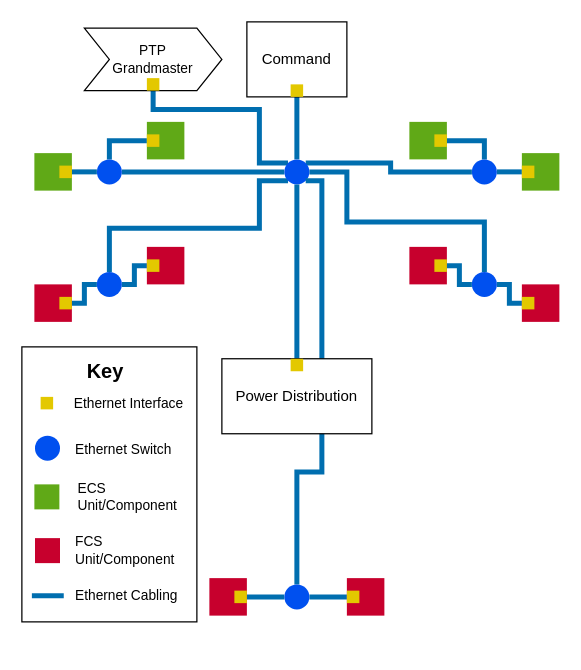
This is src/tsn_routing.drawio from Laura7089/hint-assessment1, a draw.io file, before an edit. Source tidied: cells renumbered, new cells numbered last; positions are measured from the earlier drawing's top-left corner, leaving out a move shared by most shapes. Both pictures are drawn from the tidied source at 125%, with x=0, y=0 at pixel (21, 21).
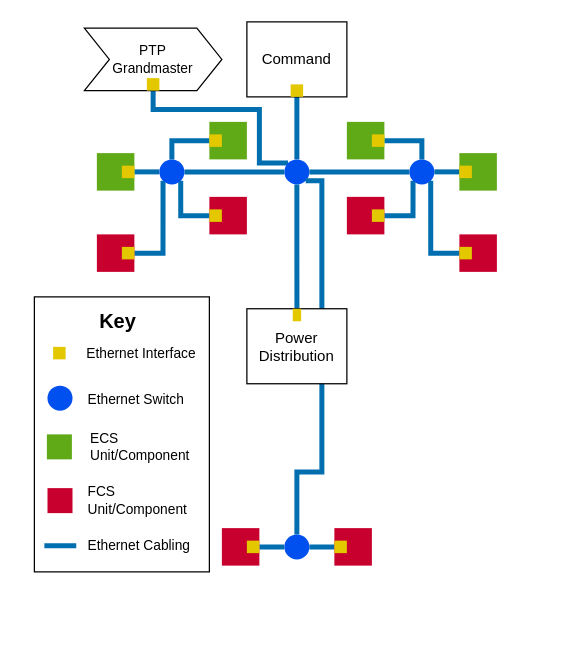
After the change.

The change refers to these unchanged cells:
```xml
<mxCell id="22" style="ellipse;whiteSpace=wrap;html=1;fillColor=#0050ef;fontColor=#ffffff;strokeColor=none;" parent="1" vertex="1">
  <mxGeometry x="210" y="110" width="20" height="20" as="geometry" />
</mxCell>
<mxCell id="67" style="whiteSpace=wrap;html=1;fontFamily=Helvetica;fontSize=11;fontColor=#000000;fillColor=#e3c800;strokeColor=none;" parent="65" vertex="1">
  <mxGeometry x="20" y="10" width="10" height="10" as="geometry" />
</mxCell>
<mxCell id="70" style="whiteSpace=wrap;html=1;fontFamily=Helvetica;fontSize=11;fontColor=#000000;fillColor=#e3c800;strokeColor=none;" parent="68" vertex="1">
  <mxGeometry y="10" width="10" height="10" as="geometry" />
</mxCell>
<mxCell id="72" style="whiteSpace=wrap;html=1;fillColor=#C7002D;fontColor=#ffffff;strokeColor=none;" parent="71" vertex="1">
  <mxGeometry width="30" height="30" as="geometry" />
</mxCell>
<mxCell id="75" style="whiteSpace=wrap;html=1;fillColor=#C7002D;fontColor=#ffffff;strokeColor=none;" parent="74" vertex="1">
  <mxGeometry width="30" height="30" as="geometry" />
</mxCell>
```

Diff of the diagram source:
```diff
@@
-    <mxCell id="2" style="edgeStyle=orthogonalEdgeStyle;shape=connector;rounded=0;jettySize=auto;html=1;entryX=1;entryY=0.5;entryDx=0;entryDy=0;labelBackgroundColor=default;strokeColor=#006EAF;strokeWidth=4;align=center;verticalAlign=middle;fontFamily=Helvetica;fontSize=11;fontColor=default;endArrow=none;endFill=0;fillColor=#1ba1e2;exitX=0;exitY=0.5;exitDx=0;exitDy=0;" parent="1" edge="1" source="72" target="19">
+    <mxCell id="2" style="edgeStyle=orthogonalEdgeStyle;shape=connector;rounded=0;jettySize=auto;html=1;entryX=1;entryY=1;entryDx=0;entryDy=0;labelBackgroundColor=default;strokeColor=#006EAF;strokeWidth=4;align=center;verticalAlign=middle;fontFamily=Helvetica;fontSize=11;fontColor=default;endArrow=none;endFill=0;fillColor=#1ba1e2;exitX=0;exitY=0.5;exitDx=0;exitDy=0;" parent="1" edge="1" source="72" target="17">
       <mxGeometry relative="1" as="geometry">
         <Array as="points">
-          <mxPoint x="390" y="225" />
-          <mxPoint x="390" y="210" />
+          <mxPoint x="327" y="185" />
         </Array>
       </mxGeometry>
     </mxCell>
-    <mxCell id="3" style="edgeStyle=orthogonalEdgeStyle;shape=connector;rounded=0;jettySize=auto;html=1;exitX=1;exitY=0.5;exitDx=0;exitDy=0;entryX=0;entryY=0.5;entryDx=0;entryDy=0;labelBackgroundColor=default;strokeColor=#006EAF;strokeWidth=4;align=center;verticalAlign=middle;fontFamily=Helvetica;fontSize=11;fontColor=default;endArrow=none;endFill=0;fillColor=#1ba1e2;" parent="1" edge="1" source="67" target="11">
+    <mxCell id="3" style="edgeStyle=orthogonalEdgeStyle;shape=connector;rounded=0;jettySize=auto;html=1;exitX=1;exitY=0.5;exitDx=0;exitDy=0;entryX=0;entryY=1;entryDx=0;entryDy=0;labelBackgroundColor=default;strokeColor=#006EAF;strokeWidth=4;align=center;verticalAlign=middle;fontFamily=Helvetica;fontSize=11;fontColor=default;endArrow=none;endFill=0;fillColor=#1ba1e2;" parent="1" edge="1" source="67" target="14">
       <mxGeometry relative="1" as="geometry">
         <Array as="points">
-          <mxPoint x="50" y="225" />
-          <mxPoint x="50" y="210" />
+          <mxPoint x="113" y="185" />
         </Array>
       </mxGeometry>
     </mxCell>
-    <mxCell id="4" style="edgeStyle=orthogonalEdgeStyle;shape=connector;rounded=0;jettySize=auto;html=1;exitX=0;exitY=0.5;exitDx=0;exitDy=0;entryX=1;entryY=0.5;entryDx=0;entryDy=0;labelBackgroundColor=default;strokeColor=#006EAF;strokeWidth=4;align=center;verticalAlign=middle;fontFamily=Helvetica;fontSize=11;fontColor=default;endArrow=none;endFill=0;fillColor=#1ba1e2;" parent="1" edge="1" source="70" target="11">
+    <mxCell id="4" style="edgeStyle=orthogonalEdgeStyle;shape=connector;rounded=0;jettySize=auto;html=1;exitX=0;exitY=0.5;exitDx=0;exitDy=0;entryX=1;entryY=1;entryDx=0;entryDy=0;labelBackgroundColor=default;strokeColor=#006EAF;strokeWidth=4;align=center;verticalAlign=middle;fontFamily=Helvetica;fontSize=11;fontColor=default;endArrow=none;endFill=0;fillColor=#1ba1e2;" parent="1" edge="1" source="70" target="14">
       <mxGeometry relative="1" as="geometry">
         <Array as="points">
-          <mxPoint x="90" y="195" />
-          <mxPoint x="90" y="210" />
+          <mxPoint x="127" y="155" />
         </Array>
       </mxGeometry>
     </mxCell>
-    <mxCell id="5" style="edgeStyle=orthogonalEdgeStyle;shape=connector;rounded=0;jettySize=auto;html=1;exitX=1;exitY=0.5;exitDx=0;exitDy=0;entryX=0;entryY=0.5;entryDx=0;entryDy=0;labelBackgroundColor=default;strokeColor=#006EAF;strokeWidth=4;align=center;verticalAlign=middle;fontFamily=Helvetica;fontSize=11;fontColor=default;endArrow=none;endFill=0;fillColor=#1ba1e2;" parent="1" edge="1" source="75" target="19">
+    <mxCell id="5" style="edgeStyle=orthogonalEdgeStyle;shape=connector;rounded=0;jettySize=auto;html=1;exitX=1;exitY=0.5;exitDx=0;exitDy=0;entryX=0;entryY=1;entryDx=0;entryDy=0;labelBackgroundColor=default;strokeColor=#006EAF;strokeWidth=4;align=center;verticalAlign=middle;fontFamily=Helvetica;fontSize=11;fontColor=default;endArrow=none;endFill=0;fillColor=#1ba1e2;" parent="1" edge="1" source="75" target="17">
       <mxGeometry relative="1" as="geometry">
         <Array as="points">
-          <mxPoint x="350" y="195" />
-          <mxPoint x="350" y="210" />
+          <mxPoint x="313" y="155" />
         </Array>
       </mxGeometry>
     </mxCell>
@@
-    <mxCell id="10" style="edgeStyle=orthogonalEdgeStyle;shape=connector;rounded=0;jettySize=auto;html=1;exitX=0.5;exitY=0;exitDx=0;exitDy=0;labelBackgroundColor=default;strokeColor=#006EAF;strokeWidth=4;align=center;verticalAlign=middle;fontFamily=Helvetica;fontSize=11;fontColor=default;endArrow=none;endFill=0;fillColor=#1ba1e2;entryX=0;entryY=1;entryDx=0;entryDy=0;" parent="1" edge="1" source="11" target="22">
-      <mxGeometry relative="1" as="geometry">
-        <Array as="points">
-          <mxPoint x="70" y="165" />
-          <mxPoint x="190" y="165" />
-          <mxPoint x="190" y="127" />
-        </Array>
-      </mxGeometry>
-    </mxCell>
-    <mxCell id="11" style="ellipse;whiteSpace=wrap;html=1;fillColor=#0050ef;fontColor=#ffffff;strokeColor=none;" parent="1" vertex="1">
-      <mxGeometry x="60" y="200" width="20" height="20" as="geometry" />
-    </mxCell>
@@
     <mxCell id="14" style="ellipse;whiteSpace=wrap;html=1;fillColor=#0050ef;fontColor=#ffffff;strokeColor=none;" parent="1" vertex="1">
-      <mxGeometry x="60" y="110" width="20" height="20" as="geometry" />
+      <mxGeometry x="110" y="110" width="20" height="20" as="geometry" />
     </mxCell>
@@
-    <mxCell id="16" style="edgeStyle=orthogonalEdgeStyle;shape=connector;rounded=0;jettySize=auto;html=1;exitX=0;exitY=0.5;exitDx=0;exitDy=0;entryX=1;entryY=0;entryDx=0;entryDy=0;labelBackgroundColor=default;strokeColor=#006EAF;strokeWidth=4;align=center;verticalAlign=middle;fontFamily=Helvetica;fontSize=11;fontColor=default;endArrow=none;endFill=0;fillColor=#1ba1e2;" parent="1" edge="1" source="17" target="22">
+    <mxCell id="16" style="edgeStyle=orthogonalEdgeStyle;shape=connector;rounded=0;jettySize=auto;html=1;exitX=0;exitY=0.5;exitDx=0;exitDy=0;entryX=1;entryY=0.5;entryDx=0;entryDy=0;labelBackgroundColor=default;strokeColor=#006EAF;strokeWidth=4;align=center;verticalAlign=middle;fontFamily=Helvetica;fontSize=11;fontColor=default;endArrow=none;endFill=0;fillColor=#1ba1e2;" parent="1" edge="1" source="17" target="22">
       <mxGeometry relative="1" as="geometry" />
     </mxCell>
     <mxCell id="17" style="ellipse;whiteSpace=wrap;html=1;fillColor=#0050ef;fontColor=#ffffff;strokeColor=none;" parent="1" vertex="1">
-      <mxGeometry x="360" y="110" width="20" height="20" as="geometry" />
+      <mxGeometry x="310" y="110" width="20" height="20" as="geometry" />
     </mxCell>
-    <mxCell id="18" style="edgeStyle=orthogonalEdgeStyle;shape=connector;rounded=0;jettySize=auto;html=1;exitX=0.5;exitY=0;exitDx=0;exitDy=0;labelBackgroundColor=default;strokeColor=#006EAF;strokeWidth=4;align=center;verticalAlign=middle;fontFamily=Helvetica;fontSize=11;fontColor=default;endArrow=none;endFill=0;fillColor=#1ba1e2;entryX=1;entryY=0.5;entryDx=0;entryDy=0;" parent="1" edge="1" source="19" target="22">
-      <mxGeometry relative="1" as="geometry">
-        <Array as="points">
-          <mxPoint x="370" y="160" />
-          <mxPoint x="260" y="160" />
-          <mxPoint x="260" y="120" />
-        </Array>
-      </mxGeometry>
-    </mxCell>
-    <mxCell id="19" style="ellipse;whiteSpace=wrap;html=1;fillColor=#0050ef;fontColor=#ffffff;strokeColor=none;" parent="1" vertex="1">
-      <mxGeometry x="360" y="200" width="20" height="20" as="geometry" />
-    </mxCell>
@@
     <mxCell id="24" style="ellipse;whiteSpace=wrap;html=1;fillColor=#0050ef;fontColor=#ffffff;strokeColor=none;" parent="1" vertex="1">
-      <mxGeometry x="210" y="450" width="20" height="20" as="geometry" />
+      <mxGeometry x="210" y="410" width="20" height="20" as="geometry" />
     </mxCell>
     <mxCell id="25" style="group;align=left;" parent="1" vertex="1">
-      <mxGeometry y="260" width="140" height="241" as="geometry" />
+      <mxGeometry x="10" y="220" width="140" height="241" as="geometry" />
     </mxCell>
@@
     <mxCell id="44" style="group;" parent="1" vertex="1">
-      <mxGeometry x="160" y="269.5" width="120" height="60" as="geometry" />
+      <mxGeometry x="180" y="229.5" width="80" height="60" as="geometry" />
     </mxCell>
     <mxCell id="45" value="Power Distribution" style="whiteSpace=wrap;html=1;" parent="44" vertex="1">
-      <mxGeometry width="120" height="60" as="geometry" />
+      <mxGeometry width="80" height="60" as="geometry" />
     </mxCell>
     <mxCell id="46" style="whiteSpace=wrap;html=1;fontFamily=Helvetica;fontSize=11;fontColor=#000000;fillColor=#e3c800;strokeColor=none;" parent="44" vertex="1">
-      <mxGeometry x="55" width="10" height="10" as="geometry" />
+      <mxGeometry x="36.7" width="6.7" height="10" as="geometry" />
     </mxCell>
     <mxCell id="47" style="group;" parent="1" vertex="1">
-      <mxGeometry x="260" y="445" width="30" height="30" as="geometry" />
+      <mxGeometry x="250" y="405" width="30" height="30" as="geometry" />
     </mxCell>
@@
     <mxCell id="50" style="group;" parent="1" vertex="1">
-      <mxGeometry x="150" y="445" width="30" height="30" as="geometry" />
+      <mxGeometry x="160" y="405" width="30" height="30" as="geometry" />
     </mxCell>
@@
     <mxCell id="53" style="group;" parent="1" vertex="1">
-      <mxGeometry x="400" y="105" width="30" height="30" as="geometry" />
+      <mxGeometry x="350" y="105" width="30" height="30" as="geometry" />
     </mxCell>
@@
     <mxCell id="56" style="group;" parent="1" vertex="1">
-      <mxGeometry x="310" y="80" width="30" height="30" as="geometry" />
+      <mxGeometry x="260" y="80" width="30" height="30" as="geometry" />
     </mxCell>
@@
     <mxCell id="59" style="group;" parent="1" vertex="1">
-      <mxGeometry x="100" y="80" width="30" height="30" as="geometry" />
+      <mxGeometry x="150" y="80" width="30" height="30" as="geometry" />
     </mxCell>
@@
     <mxCell id="62" style="group;" parent="1" vertex="1">
-      <mxGeometry x="10" y="105" width="30" height="30" as="geometry" />
+      <mxGeometry x="60" y="105" width="30" height="30" as="geometry" />
     </mxCell>
@@
     <mxCell id="65" style="group;" parent="1" vertex="1">
-      <mxGeometry x="10" y="210" width="30" height="30" as="geometry" />
+      <mxGeometry x="60" y="170" width="30" height="30" as="geometry" />
     </mxCell>
@@
     <mxCell id="68" style="group;" parent="1" vertex="1">
-      <mxGeometry x="100" y="180" width="30" height="30" as="geometry" />
+      <mxGeometry x="150" y="140" width="30" height="30" as="geometry" />
     </mxCell>
@@
     <mxCell id="71" style="group;" parent="1" vertex="1">
-      <mxGeometry x="400" y="210" width="30" height="30" as="geometry" />
+      <mxGeometry x="350" y="170" width="30" height="30" as="geometry" />
     </mxCell>
@@
     <mxCell id="74" style="group;" parent="1" vertex="1">
-      <mxGeometry x="310" y="180" width="30" height="30" as="geometry" />
+      <mxGeometry x="260" y="140" width="30" height="30" as="geometry" />
     </mxCell>
```
